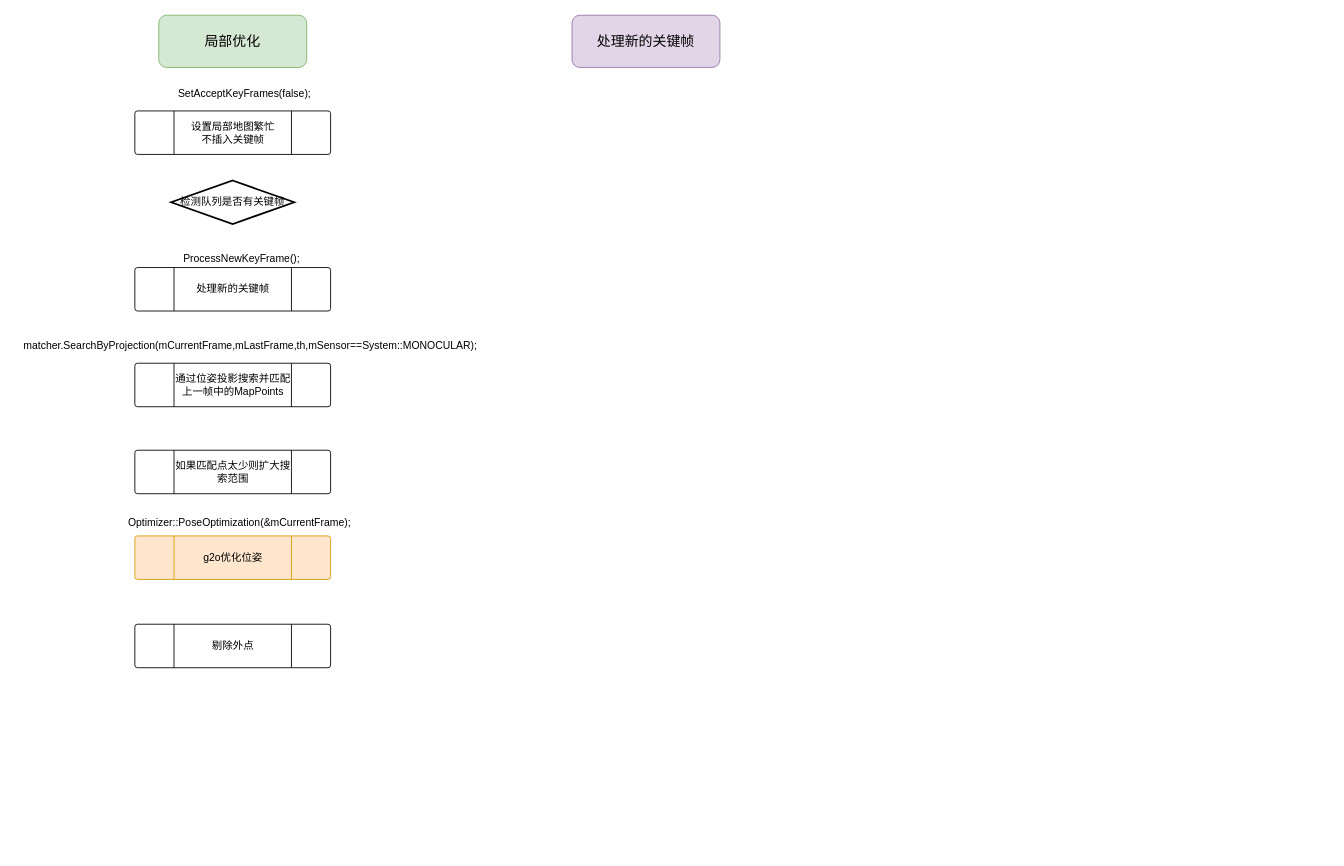
Before: page "局部优化" (5 of 7) of orbslam2.drawio in younguper/VNOTE, a draw.io diagram. Source tidied: cells renumbered, new cells numbered last; positions are measured from the earlier drawing's top-left corner, leaving out a move shared by most shapes. Both pictures are drawn from the tidied source at 87%, with x=0, y=0 at pixel (15, 15).
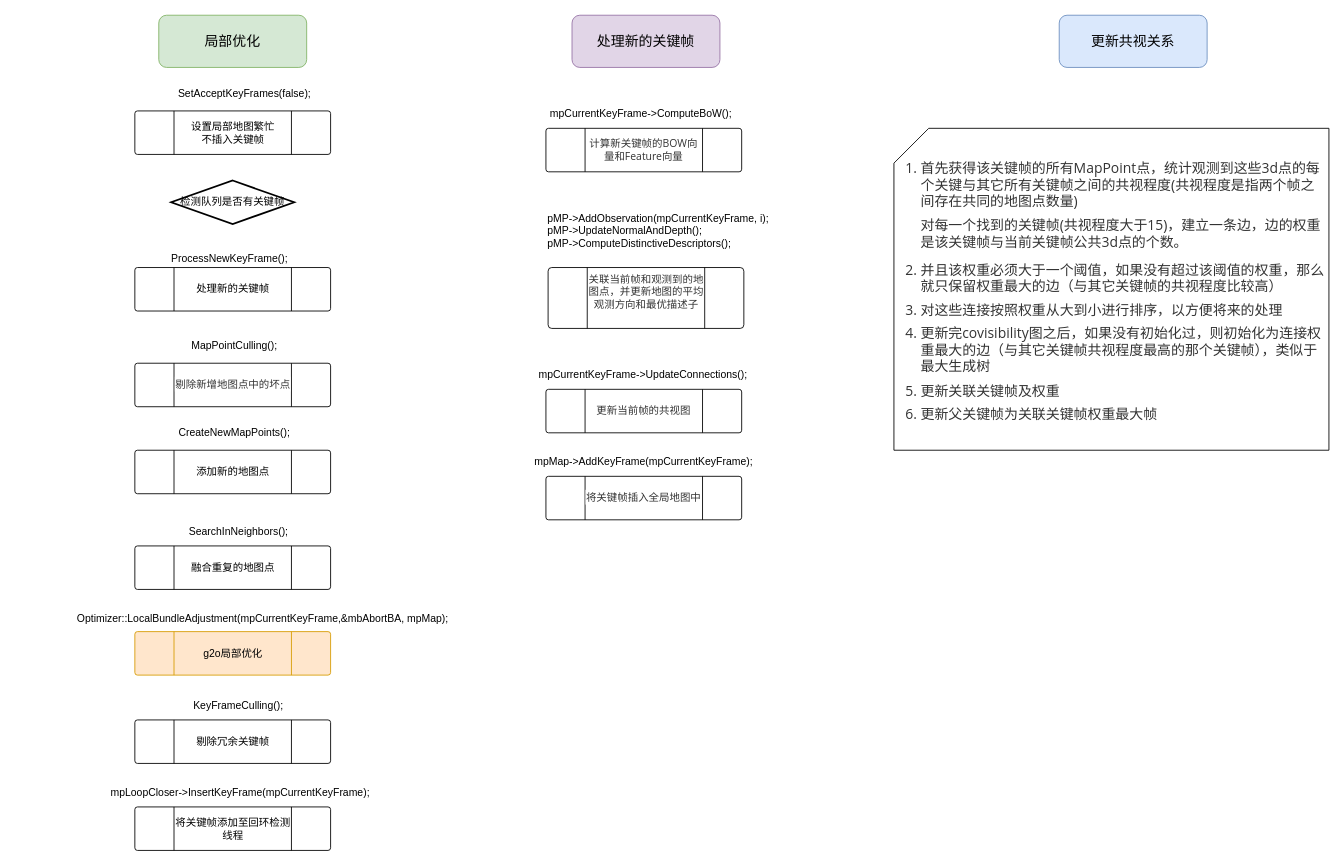
The same diagram, later.

What changed in the source:
```diff
@@
     <mxCell id="5" value="&amp;nbsp; &amp;nbsp; &amp;nbsp; &amp;nbsp; &amp;nbsp; &amp;nbsp; ProcessNewKeyFrame();" style="text;html=1;align=center;verticalAlign=middle;strokeColor=none;" parent="1" vertex="1">
-      <mxGeometry x="145" y="270" width="190" height="20" as="geometry" />
+      <mxGeometry x="130.8" y="270" width="190" height="20" as="geometry" />
     </mxCell>
@@
-    <mxCell id="7" value="通过位姿投影搜索并匹配上一帧中的MapPoints" style="verticalLabelPosition=middle;verticalAlign=middle;html=1;shape=process;whiteSpace=wrap;rounded=1;size=0.2;arcSize=6;labelPosition=center;align=center;" parent="1" vertex="1">
+    <mxCell id="7" value="&lt;span style=&quot;color: rgb(51 , 51 , 51) ; font-family: &amp;#34;open sans&amp;#34; , &amp;#34;clear sans&amp;#34; , &amp;#34;helvetica neue&amp;#34; , &amp;#34;helvetica&amp;#34; , &amp;#34;arial&amp;#34; , sans-serif ; text-align: left ; background-color: rgb(255 , 255 , 255)&quot;&gt;&lt;font style=&quot;font-size: 12px&quot;&gt;剔除新增地图点中的坏点&lt;/font&gt;&lt;/span&gt;" style="verticalLabelPosition=middle;verticalAlign=middle;html=1;shape=process;whiteSpace=wrap;rounded=1;size=0.2;arcSize=6;labelPosition=center;align=center;" parent="1" vertex="1">
       <mxGeometry x="137.5" y="400" width="225" height="50" as="geometry" />
     </mxCell>
-    <mxCell id="8" value="matcher.SearchByProjection(mCurrentFrame,mLastFrame,th,mSensor==System::MONOCULAR);" style="text;html=1;align=center;verticalAlign=middle;strokeColor=none;" parent="1" vertex="1">
-      <mxGeometry y="370" width="540" height="20" as="geometry" />
+    <mxCell id="8" value="&amp;nbsp;MapPointCulling();" style="text;html=1;align=center;verticalAlign=middle;strokeColor=none;" parent="1" vertex="1">
+      <mxGeometry x="190" y="370" width="120" height="20" as="geometry" />
     </mxCell>
-    <mxCell id="9" value="如果匹配点太少则扩大搜索范围" style="verticalLabelPosition=middle;verticalAlign=middle;html=1;shape=process;whiteSpace=wrap;rounded=1;size=0.2;arcSize=6;labelPosition=center;align=center;" parent="1" vertex="1">
+    <mxCell id="9" value="添加新的地图点" style="verticalLabelPosition=middle;verticalAlign=middle;html=1;shape=process;whiteSpace=wrap;rounded=1;size=0.2;arcSize=6;labelPosition=center;align=center;" parent="1" vertex="1">
       <mxGeometry x="137.5" y="500" width="225" height="50" as="geometry" />
     </mxCell>
-    <mxCell id="10" value="g2o优化位姿" style="verticalLabelPosition=middle;verticalAlign=middle;html=1;shape=process;whiteSpace=wrap;rounded=1;size=0.2;arcSize=6;labelPosition=center;align=center;fillColor=#ffe6cc;strokeColor=#d79b00;" parent="1" vertex="1">
-      <mxGeometry x="137.5" y="598.5" width="225" height="50" as="geometry" />
+    <mxCell id="10" value="g2o局部优化" style="verticalLabelPosition=middle;verticalAlign=middle;html=1;shape=process;whiteSpace=wrap;rounded=1;size=0.2;arcSize=6;labelPosition=center;align=center;fillColor=#ffe6cc;strokeColor=#d79b00;" parent="1" vertex="1">
+      <mxGeometry x="137.5" y="708.5" width="225" height="50" as="geometry" />
     </mxCell>
-    <mxCell id="11" value="Optimizer::PoseOptimization(&amp;mCurrentFrame);" style="text;whiteSpace=wrap;html=1;" parent="1" vertex="1">
-      <mxGeometry x="128.2" y="570" width="280" height="30" as="geometry" />
+    <mxCell id="11" value="&amp;nbsp;Optimizer::LocalBundleAdjustment(mpCurrentKeyFrame,&amp;amp;mbAbortBA, mpMap);" style="text;whiteSpace=wrap;html=1;" parent="1" vertex="1">
+      <mxGeometry x="66" y="680" width="441.8" height="30" as="geometry" />
     </mxCell>
-    <mxCell id="12" value="剔除外点" style="verticalLabelPosition=middle;verticalAlign=middle;html=1;shape=process;whiteSpace=wrap;rounded=1;size=0.2;arcSize=6;labelPosition=center;align=center;" parent="1" vertex="1">
-      <mxGeometry x="137.5" y="700" width="225" height="50" as="geometry" />
+    <mxCell id="12" value="剔除冗余关键帧" style="verticalLabelPosition=middle;verticalAlign=middle;html=1;shape=process;whiteSpace=wrap;rounded=1;size=0.2;arcSize=6;labelPosition=center;align=center;" parent="1" vertex="1">
+      <mxGeometry x="137.5" y="810" width="225" height="50" as="geometry" />
     </mxCell>
@@
+    <mxCell id="15" value="&lt;span style=&quot;color: rgb(51 , 51 , 51) ; font-family: &amp;#34;open sans&amp;#34; , &amp;#34;clear sans&amp;#34; , &amp;#34;helvetica neue&amp;#34; , &amp;#34;helvetica&amp;#34; , &amp;#34;arial&amp;#34; , sans-serif ; text-align: left ; background-color: rgb(255 , 255 , 255)&quot;&gt;&lt;font style=&quot;font-size: 12px&quot;&gt;计算新关键帧的BOW向量和Feature向量&lt;/font&gt;&lt;/span&gt;" style="verticalLabelPosition=middle;verticalAlign=middle;html=1;shape=process;whiteSpace=wrap;rounded=1;size=0.2;arcSize=6;labelPosition=center;align=center;" parent="1" vertex="1">
+      <mxGeometry x="610" y="130" width="225" height="50" as="geometry" />
+    </mxCell>
+    <mxCell id="16" value="&lt;span style=&quot;color: rgb(51 , 51 , 51) ; font-family: &amp;#34;open sans&amp;#34; , &amp;#34;clear sans&amp;#34; , &amp;#34;helvetica neue&amp;#34; , &amp;#34;helvetica&amp;#34; , &amp;#34;arial&amp;#34; , sans-serif ; background-color: rgb(255 , 255 , 255)&quot;&gt;&lt;font style=&quot;font-size: 12px&quot;&gt;关联当前帧和观测到的地图点，并更新地图的平均观测方向和最优描述子&lt;br&gt;&lt;br&gt;&lt;/font&gt;&lt;/span&gt;" style="verticalLabelPosition=middle;verticalAlign=middle;html=1;shape=process;whiteSpace=wrap;rounded=1;size=0.2;arcSize=6;labelPosition=center;align=center;" parent="1" vertex="1">
+      <mxGeometry x="612.5" y="290" width="225" height="70" as="geometry" />
+    </mxCell>
+    <mxCell id="17" value="pMP-&amp;gt;AddObservation(mpCurrentKeyFrame, i);&lt;br&gt;pMP-&amp;gt;UpdateNormalAndDepth();&lt;br&gt;pMP-&amp;gt;ComputeDistinctiveDescriptors();" style="text;whiteSpace=wrap;html=1;align=left;" parent="1" vertex="1">
+      <mxGeometry x="610" y="220" width="300" height="60" as="geometry" />
+    </mxCell>
+    <mxCell id="18" value="mpCurrentKeyFrame-&gt;ComputeBoW();" style="text;whiteSpace=wrap;html=1;" parent="1" vertex="1">
+      <mxGeometry x="612.5" y="100" width="230" height="30" as="geometry" />
+    </mxCell>
+    <mxCell id="19" value="&lt;span style=&quot;color: rgb(51 , 51 , 51) ; font-family: &amp;#34;open sans&amp;#34; , &amp;#34;clear sans&amp;#34; , &amp;#34;helvetica neue&amp;#34; , &amp;#34;helvetica&amp;#34; , &amp;#34;arial&amp;#34; , sans-serif ; text-align: left ; background-color: rgb(255 , 255 , 255)&quot;&gt;&lt;font style=&quot;font-size: 12px&quot;&gt;更新当前帧的共视图&lt;/font&gt;&lt;/span&gt;" style="verticalLabelPosition=middle;verticalAlign=middle;html=1;shape=process;whiteSpace=wrap;rounded=1;size=0.2;arcSize=6;labelPosition=center;align=center;" parent="1" vertex="1">
+      <mxGeometry x="610" y="430" width="225" height="50" as="geometry" />
+    </mxCell>
+    <mxCell id="20" value="mpCurrentKeyFrame-&gt;UpdateConnections();" style="text;whiteSpace=wrap;html=1;" parent="1" vertex="1">
+      <mxGeometry x="600" y="400" width="270" height="30" as="geometry" />
+    </mxCell>
+    <mxCell id="21" value="&lt;span style=&quot;color: rgb(51 , 51 , 51) ; font-family: &amp;#34;open sans&amp;#34; , &amp;#34;clear sans&amp;#34; , &amp;#34;helvetica neue&amp;#34; , &amp;#34;helvetica&amp;#34; , &amp;#34;arial&amp;#34; , sans-serif ; text-align: left ; background-color: rgb(255 , 255 , 255)&quot;&gt;&lt;font style=&quot;font-size: 12px&quot;&gt;将关键帧插入全局地图中&lt;/font&gt;&lt;/span&gt;" style="verticalLabelPosition=middle;verticalAlign=middle;html=1;shape=process;whiteSpace=wrap;rounded=1;size=0.2;arcSize=6;labelPosition=center;align=center;" parent="1" vertex="1">
+      <mxGeometry x="610" y="530" width="225" height="50" as="geometry" />
+    </mxCell>
+    <mxCell id="22" value="mpMap-&gt;AddKeyFrame(mpCurrentKeyFrame);" style="text;whiteSpace=wrap;html=1;" parent="1" vertex="1">
+      <mxGeometry x="595" y="500" width="280" height="30" as="geometry" />
+    </mxCell>
+    <mxCell id="23" value="&lt;span&gt;&lt;font style=&quot;font-size: 16px&quot;&gt;更新共视关系&lt;/font&gt;&lt;/span&gt;" style="rounded=1;whiteSpace=wrap;html=1;fillColor=#dae8fc;strokeColor=#6c8ebf;" parent="1" vertex="1">
+      <mxGeometry x="1200" width="170" height="60" as="geometry" />
+    </mxCell>
+    <mxCell id="24" value="&lt;div style=&quot;text-align: left&quot;&gt;&lt;ol class=&quot;ol-list&quot; start=&quot;&quot; style=&quot;box-sizing: border-box ; margin: 0.8em 0px ; padding-left: 30px ; position: relative ; color: rgb(51 , 51 , 51) ; font-family: &amp;#34;open sans&amp;#34; , &amp;#34;clear sans&amp;#34; , &amp;#34;helvetica neue&amp;#34; , &amp;#34;helvetica&amp;#34; , &amp;#34;arial&amp;#34; , sans-serif ; font-size: 16px&quot;&gt;&lt;li class=&quot;md-list-item&quot; style=&quot;box-sizing: border-box ; margin: 0px ; position: relative&quot;&gt;&lt;p class=&quot;md-end-block md-p&quot; style=&quot;box-sizing: border-box ; line-height: inherit ; margin: 0px 0px 0.5rem ; position: relative&quot;&gt;&lt;span class=&quot;md-plain&quot; style=&quot;box-sizing: border-box&quot;&gt;首先获得该关键帧的所有MapPoint点，统计观测到这些3d点的每个关键与其它所有关键帧之间的共视程度(共视程度是指两个帧之间存在共同的地图点数量)&lt;/span&gt;&lt;/p&gt;&lt;p class=&quot;md-end-block md-p&quot; style=&quot;box-sizing: border-box ; line-height: inherit ; margin: 0.5rem 0px ; position: relative&quot;&gt;&lt;span class=&quot;md-plain&quot; style=&quot;box-sizing: border-box&quot;&gt;对每一个找到的关键帧(共视程度大于15)，建立一条边，边的权重是该关键帧与当前关键帧公共3d点的个数。&lt;/span&gt;&lt;/p&gt;&lt;/li&gt;&lt;/ol&gt;&lt;ol class=&quot;ol-list&quot; start=&quot;2&quot; style=&quot;box-sizing: border-box ; margin-top: 0.8em ; margin-right: 0px ; margin-left: 0px ; padding-left: 30px ; position: relative ; color: rgb(51 , 51 , 51) ; font-family: &amp;#34;open sans&amp;#34; , &amp;#34;clear sans&amp;#34; , &amp;#34;helvetica neue&amp;#34; , &amp;#34;helvetica&amp;#34; , &amp;#34;arial&amp;#34; , sans-serif ; font-size: 16px ; margin-bottom: 0px&quot;&gt;&lt;li class=&quot;md-list-item&quot; style=&quot;box-sizing: border-box ; margin: 0px ; position: relative&quot;&gt;&lt;p class=&quot;md-end-block md-p&quot; style=&quot;box-sizing: border-box ; line-height: inherit ; margin: 0px 0px 0.5rem ; position: relative&quot;&gt;&lt;span class=&quot;md-plain&quot; style=&quot;box-sizing: border-box&quot;&gt;并且该权重必须大于一个阈值，如果没有超过该阈值的权重，那么就只保留权重最大的边（与其它关键帧的共视程度比较高）&lt;/span&gt;&lt;/p&gt;&lt;/li&gt;&lt;li class=&quot;md-list-item&quot; style=&quot;box-sizing: border-box ; margin: 0px ; position: relative&quot;&gt;&lt;p class=&quot;md-end-block md-p&quot; style=&quot;box-sizing: border-box ; line-height: inherit ; margin: 0px 0px 0.5rem ; position: relative&quot;&gt;&lt;span class=&quot;md-plain&quot; style=&quot;box-sizing: border-box&quot;&gt;对这些连接按照权重从大到小进行排序，以方便将来的处理&lt;/span&gt;&lt;/p&gt;&lt;/li&gt;&lt;li class=&quot;md-list-item&quot; style=&quot;box-sizing: border-box ; margin: 0px ; position: relative&quot;&gt;&lt;p class=&quot;md-end-block md-p&quot; style=&quot;box-sizing: border-box ; line-height: inherit ; margin: 0px 0px 0.5rem ; position: relative&quot;&gt;&lt;span class=&quot;md-plain&quot; style=&quot;box-sizing: border-box&quot;&gt;更新完covisibility图之后，如果没有初始化过，则初始化为连接权重最大的边（与其它关键帧共视程度最高的那个关键帧），类似于最大生成树&lt;/span&gt;&lt;/p&gt;&lt;/li&gt;&lt;li class=&quot;md-list-item&quot; style=&quot;box-sizing: border-box ; margin: 0px ; position: relative&quot;&gt;&lt;p class=&quot;md-end-block md-p&quot; style=&quot;box-sizing: border-box ; line-height: inherit ; margin: 0px 0px 0.5rem ; position: relative&quot;&gt;&lt;span class=&quot;md-plain md-expand&quot; style=&quot;box-sizing: border-box&quot;&gt;更新关联关键帧及权重&lt;/span&gt;&lt;/p&gt;&lt;/li&gt;&lt;li class=&quot;md-list-item md-focus-container&quot; style=&quot;box-sizing: border-box ; margin: 0px ; position: relative&quot;&gt;&lt;p class=&quot;md-end-block md-p md-focus&quot; style=&quot;box-sizing: border-box ; line-height: inherit ; margin: 0px 0px 0.5rem ; position: relative&quot;&gt;&lt;span class=&quot;md-plain&quot; style=&quot;box-sizing: border-box&quot;&gt;更新父关键帧为关联关键帧权重最大帧&lt;/span&gt;&lt;/p&gt;&lt;/li&gt;&lt;/ol&gt;&lt;/div&gt;" style="shape=card;whiteSpace=wrap;html=1;size=40;" parent="1" vertex="1">
+      <mxGeometry x="1010" y="130" width="500" height="370" as="geometry" />
+    </mxCell>
+    <mxCell id="25" value="&amp;nbsp;CreateNewMapPoints();" style="text;html=1;align=center;verticalAlign=middle;strokeColor=none;" parent="1" vertex="1">
+      <mxGeometry x="175" y="470" width="150" height="20" as="geometry" />
+    </mxCell>
+    <mxCell id="26" value="融合重复的地图点" style="verticalLabelPosition=middle;verticalAlign=middle;html=1;shape=process;whiteSpace=wrap;rounded=1;size=0.2;arcSize=6;labelPosition=center;align=center;" parent="1" vertex="1">
+      <mxGeometry x="137.5" y="610" width="225" height="50" as="geometry" />
+    </mxCell>
+    <mxCell id="27" value="SearchInNeighbors();" style="text;whiteSpace=wrap;html=1;" parent="1" vertex="1">
+      <mxGeometry x="198.2" y="580" width="140" height="30" as="geometry" />
+    </mxCell>
+    <mxCell id="28" value="将关键帧添加至回环检测线程" style="verticalLabelPosition=middle;verticalAlign=middle;html=1;shape=process;whiteSpace=wrap;rounded=1;size=0.2;arcSize=6;labelPosition=center;align=center;" parent="1" vertex="1">
+      <mxGeometry x="137.5" y="910" width="225" height="50" as="geometry" />
+    </mxCell>
+    <mxCell id="29" value="KeyFrameCulling();" style="text;whiteSpace=wrap;html=1;" parent="1" vertex="1">
+      <mxGeometry x="203.2" y="780" width="130" height="30" as="geometry" />
+    </mxCell>
+    <mxCell id="30" value="mpLoopCloser-&gt;InsertKeyFrame(mpCurrentKeyFrame);" style="text;whiteSpace=wrap;html=1;" parent="1" vertex="1">
+      <mxGeometry x="108.2" y="880" width="320" height="30" as="geometry" />
+    </mxCell>
```
